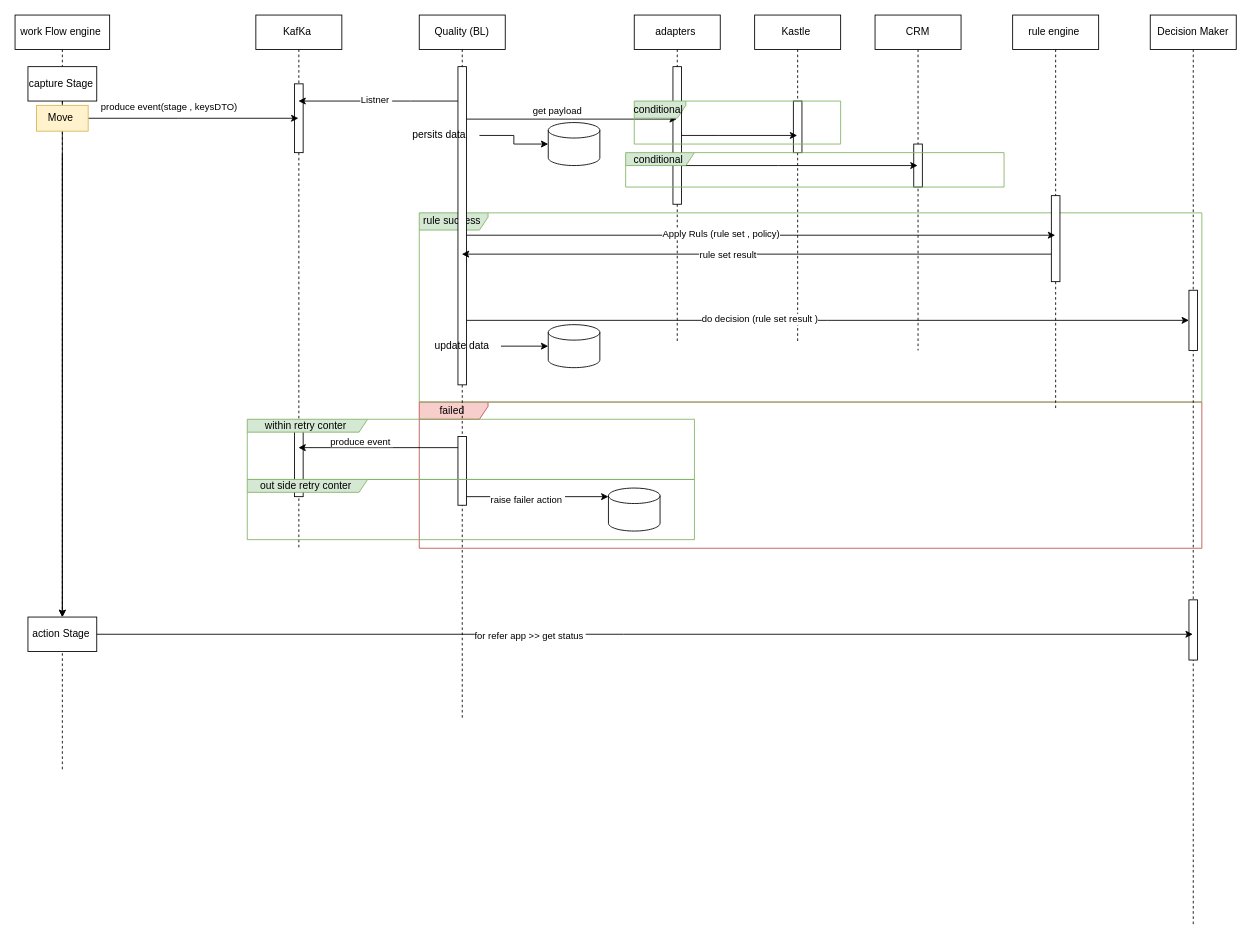
Before: page "seq" (10 of 14) of Migration[1]v2.drawio in MHosnii/DrawIo, a draw.io diagram. Source tidied: cells renumbered, new cells numbered last; positions are measured from the earlier drawing's top-left corner, leaving out a move shared by most shapes. Both pictures are drawn from the tidied source at 86%, with x=0, y=0 at pixel (15, 15).
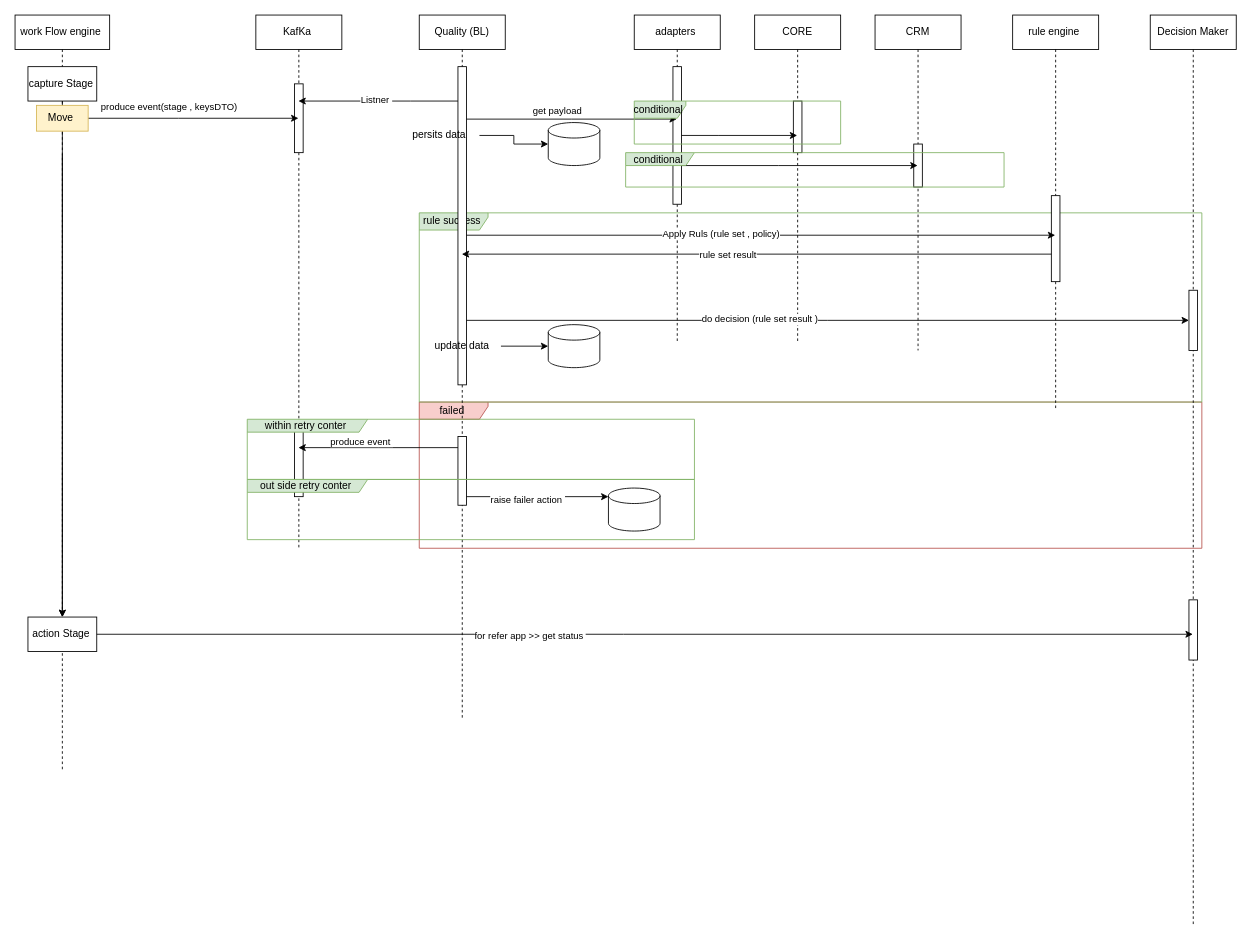
The same page after the edit.

Diff of the diagram source:
```diff
@@
-    <mxCell id="16" value="Kastle&amp;nbsp;" style="shape=umlLifeline;perimeter=lifelinePerimeter;whiteSpace=wrap;html=1;outlineConnect=0;portConstraint=eastwest;newEdgeStyle={&quot;edgeStyle&quot;:&quot;elbowEdgeStyle&quot;,&quot;elbow&quot;:&quot;vertical&quot;,&quot;curved&quot;:0,&quot;rounded&quot;:0};" parent="1" vertex="1">
+    <mxCell id="16" value="CORE" style="shape=umlLifeline;perimeter=lifelinePerimeter;whiteSpace=wrap;html=1;outlineConnect=0;portConstraint=eastwest;newEdgeStyle={&quot;edgeStyle&quot;:&quot;elbowEdgeStyle&quot;,&quot;elbow&quot;:&quot;vertical&quot;,&quot;curved&quot;:0,&quot;rounded&quot;:0};" parent="1" vertex="1">
       <mxGeometry x="860" width="100" height="380" as="geometry" />
     </mxCell>
```
